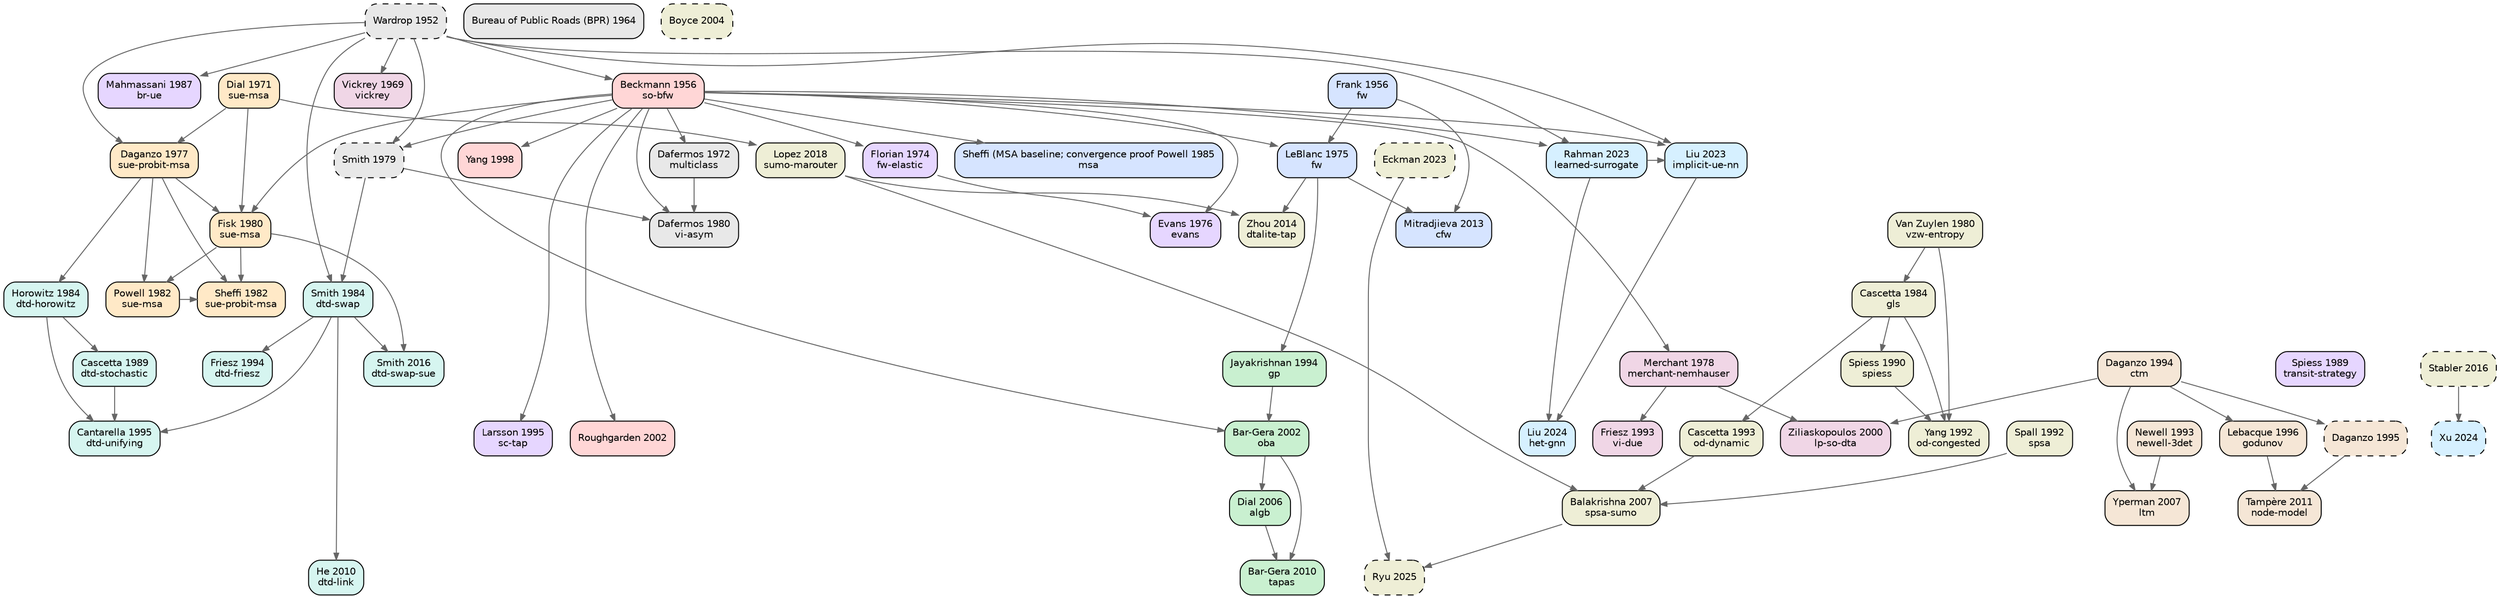
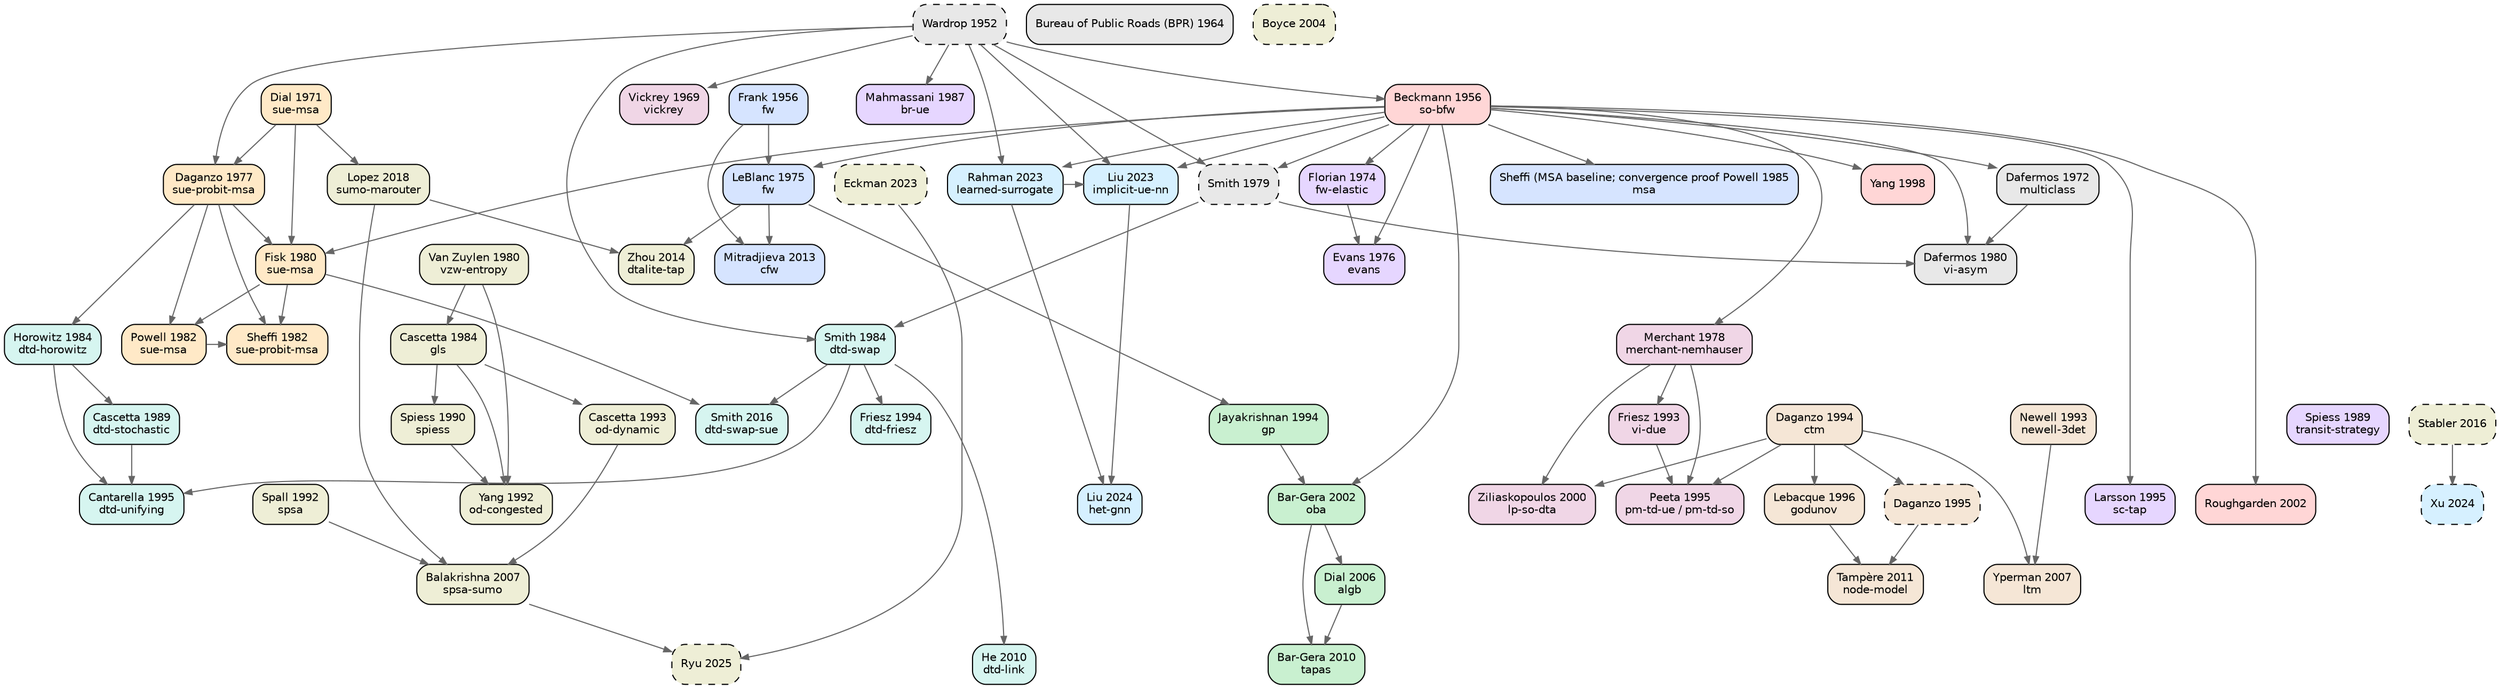
digraph TA_evolution {
  rankdir=TB; node [shape=box,style="rounded,filled",fontname="Helvetica",fontsize=10];
  edge [color="#666666",arrowsize=0.7];
  { rank=same; "wardrop1952some" }
  { rank=same; "frank1956algorithm" "beckmann1956studies" }
  { rank=same; "bpr1964traffic" }
  { rank=same; "vickrey1969congestion" }
  { rank=same; "dial1971probabilistic" }
  { rank=same; "dafermos1972traffic" }
  { rank=same; "florian1974method" }
  { rank=same; "leblanc1975efficient" }
  { rank=same; "evans1976derivation" }
  { rank=same; "daganzo1977stochastic" }
  { rank=same; "merchant1978model" }
  { rank=same; "smith1979existence" }
  { rank=same; "dafermos1980traffic" "fisk1980some" "vanzuylen1980most" }
  { rank=same; "powell1982convergence" "sheffi1982algorithm" }
  { rank=same; "horowitz1984stability" "smith1984stability" "cascetta1984estimation" }
  { rank=same; "sheffi1985urban" }
  { rank=same; "mahmassani1987on" }
  { rank=same; "spiess1989optimal" "cascetta1989stochastic" }
  { rank=same; "spiess1990gradient" }
  { rank=same; "spall1992multivariate" "yang1992estimation" }
  { rank=same; "newell1993simplified" "friesz1993variational" "cascetta1993dynamic" }
  { rank=same; "jayakrishnan1994faster" "friesz1994daytoday" "daganzo1994cell" }
-   { rank=same; "larsson1995augmented" "cantarella1995dynamic" "daganzo1995cell" }
+   { rank=same; "larsson1995augmented" "cantarella1995dynamic" "daganzo1995cell" "peeta1995system" }
  { rank=same; "lebacque1996godunov" }
  { rank=same; "yang1998principle" }
  { rank=same; "ziliaskopoulos2000linear" }
  { rank=same; "bargera2002origin" "roughgarden2002how" }
  { rank=same; "boyce2004convergence" }
  { rank=same; "dial2006path" }
  { rank=same; "yperman2007link" "balakrishna2007offline" }
  { rank=same; "bargera2010traffic" "he2010linkbased" }
  { rank=same; "tampere2011generic" }
  { rank=same; "mitradjieva2013stiff" }
  { rank=same; "zhou2014dtalite" }
  { rank=same; "smith2016routeswapping" "stabler2016transportation" }
  { rank=same; "lopez2018microscopic" }
  { rank=same; "liu2023end" "rahman2023data" "eckman2023simopt" }
  { rank=same; "liu2024end" "xu2024unified" }
  { rank=same; "ryu2025bo4mob" }
  "wardrop1952some" [label="Wardrop 1952\n",fillcolor="#e8e8e8",style="rounded,filled,dashed"];
  "bpr1964traffic" [label="Bureau of Public Roads (BPR) 1964\n",fillcolor="#e8e8e8",style="rounded,filled"];
  "dafermos1972traffic" [label="Dafermos 1972\nmulticlass",fillcolor="#e8e8e8",style="rounded,filled"];
  "smith1979existence" [label="Smith 1979\n",fillcolor="#e8e8e8",style="rounded,filled,dashed"];
  "dafermos1980traffic" [label="Dafermos 1980\nvi-asym",fillcolor="#e8e8e8",style="rounded,filled"];
  "frank1956algorithm" [label="Frank 1956\nfw",fillcolor="#d6e4ff",style="rounded,filled"];
  "leblanc1975efficient" [label="LeBlanc 1975\nfw",fillcolor="#d6e4ff",style="rounded,filled"];
  "sheffi1985urban" [label="Sheffi (MSA baseline; convergence proof Powell 1985\nmsa",fillcolor="#d6e4ff",style="rounded,filled"];
  "mitradjieva2013stiff" [label="Mitradjieva 2013\ncfw",fillcolor="#d6e4ff",style="rounded,filled"];
  "jayakrishnan1994faster" [label="Jayakrishnan 1994\ngp",fillcolor="#c9f0d0",style="rounded,filled"];
  "bargera2002origin" [label="Bar-Gera 2002\noba",fillcolor="#c9f0d0",style="rounded,filled"];
  "dial2006path" [label="Dial 2006\nalgb",fillcolor="#c9f0d0",style="rounded,filled"];
  "bargera2010traffic" [label="Bar-Gera 2010\ntapas",fillcolor="#c9f0d0",style="rounded,filled"];
  "dial1971probabilistic" [label="Dial 1971\nsue-msa",fillcolor="#ffe9c7",style="rounded,filled"];
  "daganzo1977stochastic" [label="Daganzo 1977\nsue-probit-msa",fillcolor="#ffe9c7",style="rounded,filled"];
  "fisk1980some" [label="Fisk 1980\nsue-msa",fillcolor="#ffe9c7",style="rounded,filled"];
  "powell1982convergence" [label="Powell 1982\nsue-msa",fillcolor="#ffe9c7",style="rounded,filled"];
  "sheffi1982algorithm" [label="Sheffi 1982\nsue-probit-msa",fillcolor="#ffe9c7",style="rounded,filled"];
  "beckmann1956studies" [label="Beckmann 1956\nso-bfw",fillcolor="#ffd6d6",style="rounded,filled"];
  "yang1998principle" [label="Yang 1998\n",fillcolor="#ffd6d6",style="rounded,filled"];
  "roughgarden2002how" [label="Roughgarden 2002\n",fillcolor="#ffd6d6",style="rounded,filled"];
  "florian1974method" [label="Florian 1974\nfw-elastic",fillcolor="#e6d6ff",style="rounded,filled"];
  "evans1976derivation" [label="Evans 1976\nevans",fillcolor="#e6d6ff",style="rounded,filled"];
  "mahmassani1987on" [label="Mahmassani 1987\nbr-ue",fillcolor="#e6d6ff",style="rounded,filled"];
  "spiess1989optimal" [label="Spiess 1989\ntransit-strategy",fillcolor="#e6d6ff",style="rounded,filled"];
  "larsson1995augmented" [label="Larsson 1995\nsc-tap",fillcolor="#e6d6ff",style="rounded,filled"];
  "horowitz1984stability" [label="Horowitz 1984\ndtd-horowitz",fillcolor="#d6f5f0",style="rounded,filled"];
  "smith1984stability" [label="Smith 1984\ndtd-swap",fillcolor="#d6f5f0",style="rounded,filled"];
  "cascetta1989stochastic" [label="Cascetta 1989\ndtd-stochastic",fillcolor="#d6f5f0",style="rounded,filled"];
  "friesz1994daytoday" [label="Friesz 1994\ndtd-friesz",fillcolor="#d6f5f0",style="rounded,filled"];
  "cantarella1995dynamic" [label="Cantarella 1995\ndtd-unifying",fillcolor="#d6f5f0",style="rounded,filled"];
  "he2010linkbased" [label="He 2010\ndtd-link",fillcolor="#d6f5f0",style="rounded,filled"];
  "smith2016routeswapping" [label="Smith 2016\ndtd-swap-sue",fillcolor="#d6f5f0",style="rounded,filled"];
  "newell1993simplified" [label="Newell 1993\nnewell-3det",fillcolor="#f5e6d6",style="rounded,filled"];
  "daganzo1994cell" [label="Daganzo 1994\nctm",fillcolor="#f5e6d6",style="rounded,filled"];
  "daganzo1995cell" [label="Daganzo 1995\n",fillcolor="#f5e6d6",style="rounded,filled,dashed"];
  "lebacque1996godunov" [label="Lebacque 1996\ngodunov",fillcolor="#f5e6d6",style="rounded,filled"];
  "yperman2007link" [label="Yperman 2007\nltm",fillcolor="#f5e6d6",style="rounded,filled"];
  "tampere2011generic" [label="Tampère 2011\nnode-model",fillcolor="#f5e6d6",style="rounded,filled"];
  "vickrey1969congestion" [label="Vickrey 1969\nvickrey",fillcolor="#f0d6e6",style="rounded,filled"];
  "merchant1978model" [label="Merchant 1978\nmerchant-nemhauser",fillcolor="#f0d6e6",style="rounded,filled"];
  "friesz1993variational" [label="Friesz 1993\nvi-due",fillcolor="#f0d6e6",style="rounded,filled"];
  "ziliaskopoulos2000linear" [label="Ziliaskopoulos 2000\nlp-so-dta",fillcolor="#f0d6e6",style="rounded,filled"];
+   "peeta1995system" [label="Peeta 1995\npm-td-ue / pm-td-so",fillcolor="#f0d6e6",style="rounded,filled"];
  "liu2023end" [label="Liu 2023\nimplicit-ue-nn",fillcolor="#d6f0ff",style="rounded,filled"];
  "rahman2023data" [label="Rahman 2023\nlearned-surrogate",fillcolor="#d6f0ff",style="rounded,filled"];
  "liu2024end" [label="Liu 2024\nhet-gnn",fillcolor="#d6f0ff",style="rounded,filled"];
  "xu2024unified" [label="Xu 2024\n",fillcolor="#d6f0ff",style="rounded,filled,dashed"];
  "vanzuylen1980most" [label="Van Zuylen 1980\nvzw-entropy",fillcolor="#eeeed6",style="rounded,filled"];
  "cascetta1984estimation" [label="Cascetta 1984\ngls",fillcolor="#eeeed6",style="rounded,filled"];
  "spiess1990gradient" [label="Spiess 1990\nspiess",fillcolor="#eeeed6",style="rounded,filled"];
  "spall1992multivariate" [label="Spall 1992\nspsa",fillcolor="#eeeed6",style="rounded,filled"];
  "yang1992estimation" [label="Yang 1992\nod-congested",fillcolor="#eeeed6",style="rounded,filled"];
  "cascetta1993dynamic" [label="Cascetta 1993\nod-dynamic",fillcolor="#eeeed6",style="rounded,filled"];
  "boyce2004convergence" [label="Boyce 2004\n",fillcolor="#eeeed6",style="rounded,filled,dashed"];
  "balakrishna2007offline" [label="Balakrishna 2007\nspsa-sumo",fillcolor="#eeeed6",style="rounded,filled"];
  "stabler2016transportation" [label="Stabler 2016\n",fillcolor="#eeeed6",style="rounded,filled,dashed"];
  "eckman2023simopt" [label="Eckman 2023\n",fillcolor="#eeeed6",style="rounded,filled,dashed"];
  "ryu2025bo4mob" [label="Ryu 2025\n",fillcolor="#eeeed6",style="rounded,filled,dashed"];
  "lopez2018microscopic" [label="Lopez 2018\nsumo-marouter",fillcolor="#eeeed6",style="rounded,filled"];
  "zhou2014dtalite" [label="Zhou 2014\ndtalite-tap",fillcolor="#eeeed6",style="rounded,filled"];
  "beckmann1956studies" -> "dafermos1972traffic";
  "wardrop1952some" -> "smith1979existence";
  "beckmann1956studies" -> "smith1979existence";
  "smith1979existence" -> "dafermos1980traffic";
  "beckmann1956studies" -> "dafermos1980traffic";
  "dafermos1972traffic" -> "dafermos1980traffic";
  "frank1956algorithm" -> "leblanc1975efficient";
  "beckmann1956studies" -> "leblanc1975efficient";
  "beckmann1956studies" -> "sheffi1985urban";
  "leblanc1975efficient" -> "mitradjieva2013stiff";
  "frank1956algorithm" -> "mitradjieva2013stiff";
  "leblanc1975efficient" -> "jayakrishnan1994faster";
  "jayakrishnan1994faster" -> "bargera2002origin";
  "beckmann1956studies" -> "bargera2002origin";
  "bargera2002origin" -> "dial2006path";
  "dial2006path" -> "bargera2010traffic";
  "bargera2002origin" -> "bargera2010traffic";
  "dial1971probabilistic" -> "daganzo1977stochastic";
  "wardrop1952some" -> "daganzo1977stochastic";
  "daganzo1977stochastic" -> "fisk1980some";
  "dial1971probabilistic" -> "fisk1980some";
  "beckmann1956studies" -> "fisk1980some";
  "fisk1980some" -> "powell1982convergence";
  "daganzo1977stochastic" -> "powell1982convergence";
  "daganzo1977stochastic" -> "sheffi1982algorithm";
  "powell1982convergence" -> "sheffi1982algorithm";
  "fisk1980some" -> "sheffi1982algorithm";
  "wardrop1952some" -> "beckmann1956studies";
  "beckmann1956studies" -> "yang1998principle";
  "beckmann1956studies" -> "roughgarden2002how";
  "beckmann1956studies" -> "florian1974method";
  "beckmann1956studies" -> "evans1976derivation";
  "florian1974method" -> "evans1976derivation";
  "wardrop1952some" -> "mahmassani1987on";
  "beckmann1956studies" -> "larsson1995augmented";
  "daganzo1977stochastic" -> "horowitz1984stability";
  "smith1979existence" -> "smith1984stability";
  "wardrop1952some" -> "smith1984stability";
  "horowitz1984stability" -> "cascetta1989stochastic";
  "smith1984stability" -> "friesz1994daytoday";
  "cascetta1989stochastic" -> "cantarella1995dynamic";
  "smith1984stability" -> "cantarella1995dynamic";
  "horowitz1984stability" -> "cantarella1995dynamic";
  "smith1984stability" -> "he2010linkbased";
  "smith1984stability" -> "smith2016routeswapping";
  "fisk1980some" -> "smith2016routeswapping";
  "daganzo1994cell" -> "daganzo1995cell";
  "daganzo1994cell" -> "lebacque1996godunov";
  "newell1993simplified" -> "yperman2007link";
  "daganzo1994cell" -> "yperman2007link";
  "daganzo1995cell" -> "tampere2011generic";
  "lebacque1996godunov" -> "tampere2011generic";
  "wardrop1952some" -> "vickrey1969congestion";
  "beckmann1956studies" -> "merchant1978model";
  "merchant1978model" -> "friesz1993variational";
  "merchant1978model" -> "ziliaskopoulos2000linear";
  "daganzo1994cell" -> "ziliaskopoulos2000linear";
+   "merchant1978model" -> "peeta1995system";
+   "friesz1993variational" -> "peeta1995system";
+   "daganzo1994cell" -> "peeta1995system";
  "rahman2023data" -> "liu2023end";
  "beckmann1956studies" -> "liu2023end";
  "wardrop1952some" -> "liu2023end";
  "wardrop1952some" -> "rahman2023data";
  "beckmann1956studies" -> "rahman2023data";
  "rahman2023data" -> "liu2024end";
  "liu2023end" -> "liu2024end";
  "stabler2016transportation" -> "xu2024unified";
  "vanzuylen1980most" -> "cascetta1984estimation";
  "cascetta1984estimation" -> "spiess1990gradient";
  "cascetta1984estimation" -> "yang1992estimation";
  "spiess1990gradient" -> "yang1992estimation";
  "vanzuylen1980most" -> "yang1992estimation";
  "cascetta1984estimation" -> "cascetta1993dynamic";
  "spall1992multivariate" -> "balakrishna2007offline";
  "cascetta1993dynamic" -> "balakrishna2007offline";
  "lopez2018microscopic" -> "balakrishna2007offline";
  "eckman2023simopt" -> "ryu2025bo4mob";
  "balakrishna2007offline" -> "ryu2025bo4mob";
  "dial1971probabilistic" -> "lopez2018microscopic";
  "leblanc1975efficient" -> "zhou2014dtalite";
  "lopez2018microscopic" -> "zhou2014dtalite";
}
